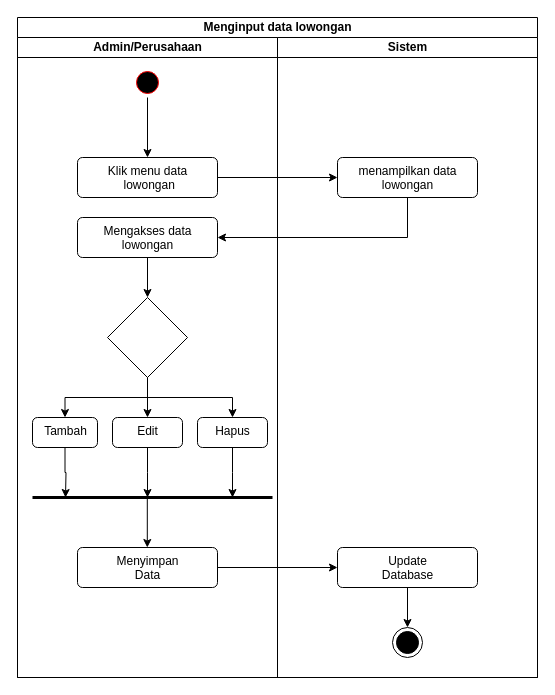
This is Untitled Diagram.drawio from rusdianto05/dianrusdianto.github.io, a draw.io file, before an edit. Source tidied: cells renumbered, new cells numbered last; positions are measured from the earlier drawing's top-left corner, leaving out a move shared by most shapes. Both pictures are drawn from the tidied source at 100%, with x=0, y=0 at pixel (17, 17).
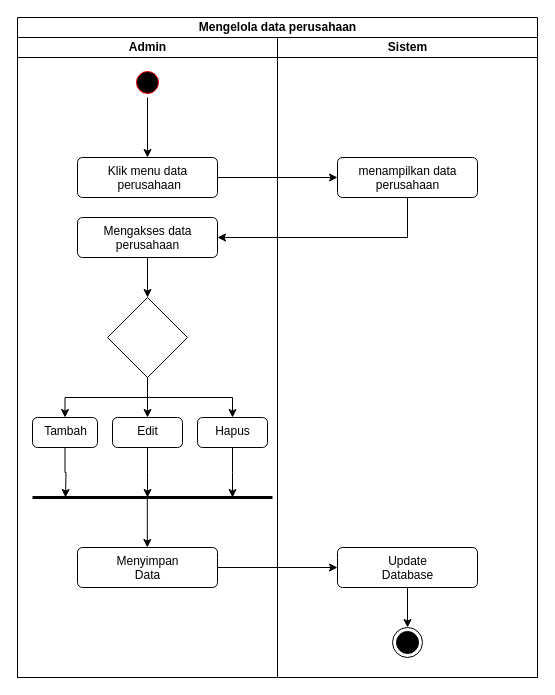
The same page after the edit.

Commit message:
Activity Diagram Perusahaan

The change refers to these unchanged cells:
```xml
<mxCell id="21" value="Sistem" style="swimlane;startSize=20;html=1;" parent="2" vertex="1">
  <mxGeometry x="260" y="20" width="260" height="640" as="geometry" />
</mxCell>
```

Diff of the diagram source:
```diff
@@
-    <mxCell id="2" value="Menginput data lowongan" style="swimlane;startSize=20;html=1;" parent="1" vertex="1">
+    <mxCell id="2" value="Mengelola data perusahaan" style="swimlane;startSize=20;html=1;" parent="1" vertex="1">
       <mxGeometry width="520" height="660" as="geometry" />
     </mxCell>
@@
-    <mxCell id="5" value="Admin/Perusahaan" style="swimlane;startSize=20;html=1;" parent="2" vertex="1">
+    <mxCell id="5" value="Admin" style="swimlane;startSize=20;html=1;" parent="2" vertex="1">
       <mxGeometry y="20" width="260" height="640" as="geometry" />
     </mxCell>
@@
-    <mxCell id="8" value="Klik menu data&lt;br&gt;&amp;nbsp;lowongan" style="html=1;align=center;verticalAlign=top;rounded=1;absoluteArcSize=1;arcSize=10;dashed=0;" parent="5" vertex="1">
+    <mxCell id="8" value="Klik menu data&lt;br&gt;&amp;nbsp;perusahaan" style="html=1;align=center;verticalAlign=top;rounded=1;absoluteArcSize=1;arcSize=10;dashed=0;" parent="5" vertex="1">
       <mxGeometry x="60" y="120" width="140" height="40" as="geometry" />
     </mxCell>
@@
-    <mxCell id="10" value="Mengakses data&lt;br&gt;lowongan" style="html=1;align=center;verticalAlign=top;rounded=1;absoluteArcSize=1;arcSize=10;dashed=0;" parent="5" vertex="1">
+    <mxCell id="10" value="Mengakses data&lt;br&gt;perusahaan" style="html=1;align=center;verticalAlign=top;rounded=1;absoluteArcSize=1;arcSize=10;dashed=0;" parent="5" vertex="1">
       <mxGeometry x="60" y="180" width="140" height="40" as="geometry" />
     </mxCell>
@@
-    <mxCell id="22" value="menampilkan data&lt;br&gt;lowongan" style="html=1;align=center;verticalAlign=top;rounded=1;absoluteArcSize=1;arcSize=10;dashed=0;" parent="21" vertex="1">
+    <mxCell id="22" value="menampilkan data&lt;br&gt;perusahaan" style="html=1;align=center;verticalAlign=top;rounded=1;absoluteArcSize=1;arcSize=10;dashed=0;" parent="21" vertex="1">
       <mxGeometry x="60" y="120" width="140" height="40" as="geometry" />
     </mxCell>
```
